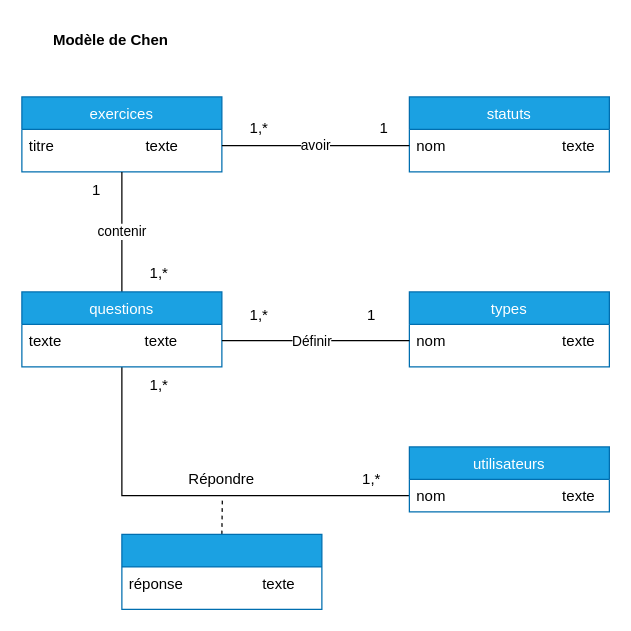
Souphakone/Maw1.1 keeps this draw.io diagram as documentation/db/sources/MCD.drawio. Above is the earlier version. Source tidied: cells renumbered, new cells numbered last; positions are measured from the earlier drawing's top-left corner, leaving out a move shared by most shapes. Both pictures are drawn from the tidied source at 125%, with x=0, y=0 at pixel (21, 21).
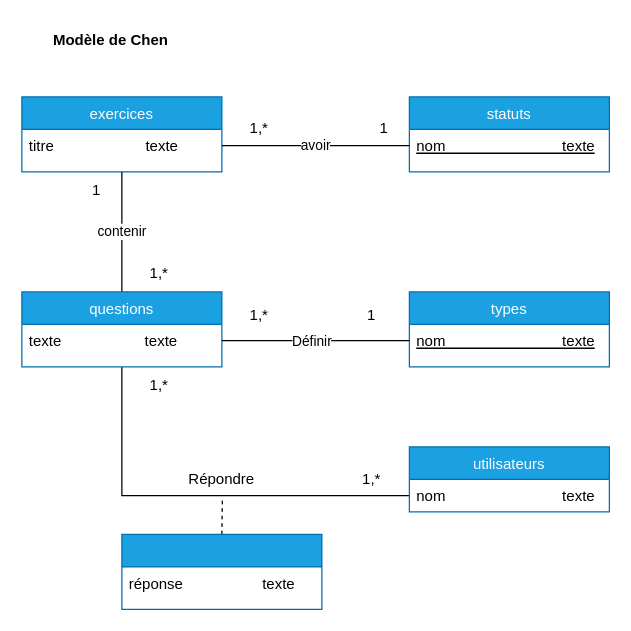
Above is the later version.

Unchanged cells that the change refers to:
```xml
<mxCell id="11" value="types" style="swimlane;fontStyle=0;align=center;verticalAlign=top;horizontal=1;startSize=26;rounded=0;shadow=0;strokeWidth=1;fillColor=#1ba1e2;fontColor=#ffffff;strokeColor=#006EAF;" parent="1" vertex="1">
  <mxGeometry x="310" y="216" width="160" height="60" as="geometry" />
</mxCell>
<mxCell id="15" value="statuts" style="swimlane;fontStyle=0;align=center;verticalAlign=top;horizontal=1;startSize=26;rounded=0;shadow=0;strokeWidth=1;fillColor=#1ba1e2;fontColor=#ffffff;strokeColor=#006EAF;" parent="1" vertex="1">
  <mxGeometry x="310" y="60" width="160" height="60" as="geometry" />
</mxCell>
```

Change to the diagram source:
```diff
@@
-    <mxCell id="12" value="nom                            texte" style="text;align=left;verticalAlign=top;spacingLeft=4;spacingRight=4;overflow=hidden;points=[[0,0.5],[1,0.5]];portConstraint=eastwest;" parent="11" vertex="1">
+    <mxCell id="12" value="nom                            texte" style="text;align=left;verticalAlign=top;spacingLeft=4;spacingRight=4;overflow=hidden;points=[[0,0.5],[1,0.5]];portConstraint=eastwest;fontStyle=4;" parent="11" vertex="1">
       <mxGeometry y="26" width="160" height="26" as="geometry" />
     </mxCell>
@@
-    <mxCell id="16" value="nom                            texte" style="text;align=left;verticalAlign=top;spacingLeft=4;spacingRight=4;overflow=hidden;points=[[0,0.5],[1,0.5]];portConstraint=eastwest;" parent="15" vertex="1">
+    <mxCell id="16" value="nom                            texte" style="text;align=left;verticalAlign=top;spacingLeft=4;spacingRight=4;overflow=hidden;points=[[0,0.5],[1,0.5]];portConstraint=eastwest;fontStyle=4;" parent="15" vertex="1">
       <mxGeometry y="26" width="160" height="26" as="geometry" />
     </mxCell>
```
